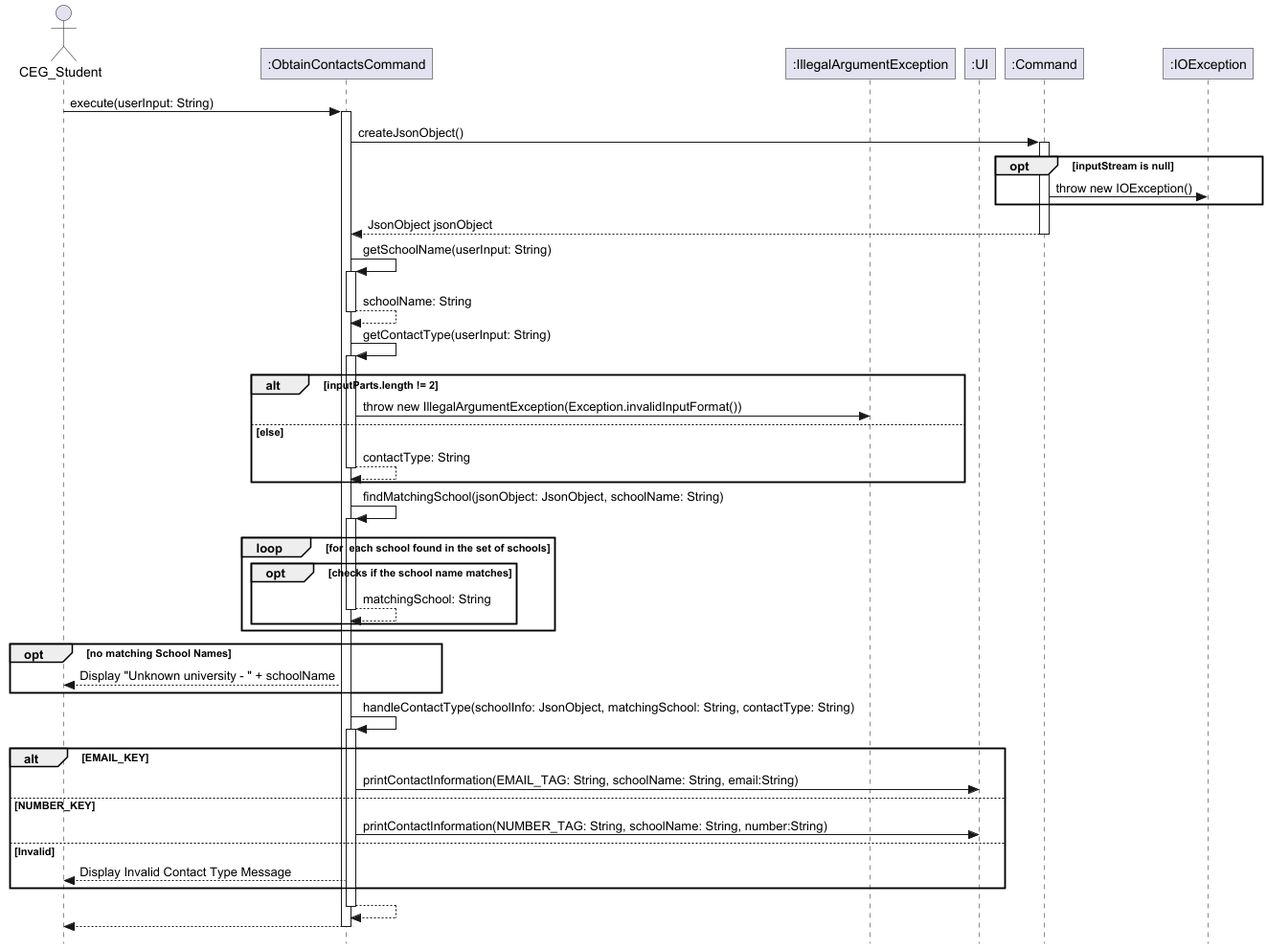
Earlier version of the PlantUML export docs/images/ObtainContactsCommand.png (nus-cs2113-AY2425S1/tp).
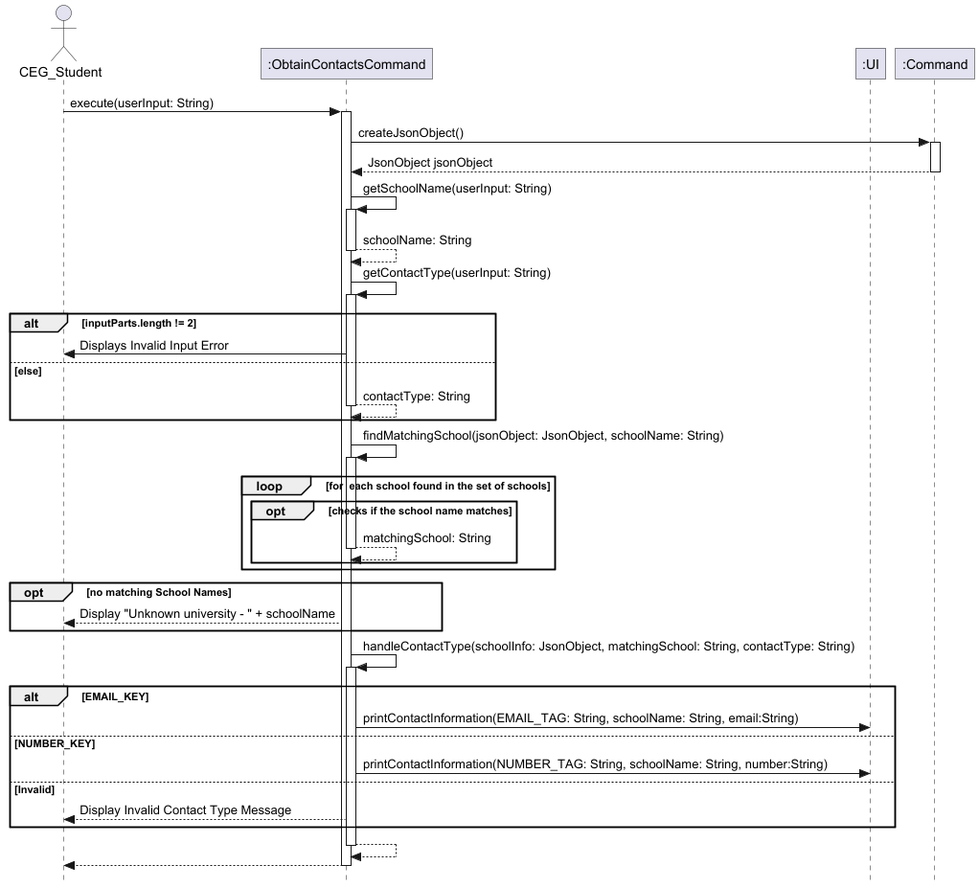
After the change.

Commit message:
Remove unwanted exception to match valid use case

What changed in the source:
```diff
@@ -5,20 +5,14 @@
 
 actor CEG_Student
 participant ":ObtainContactsCommand" as ObtainContactsCommand
-participant ":IllegalArgumentException" as IllegalArgumentException
 participant ":UI" as UI
 participant ":Command" as Command
-participant ":IOException" as IOException
 
 CEG_Student -> ObtainContactsCommand: execute(userInput: String)
 activate ObtainContactsCommand
 
 ObtainContactsCommand -> Command: createJsonObject()
 activate Command
-
-opt inputStream is null
-    Command -> IOException: throw new IOException()
-end
 
 Command --> ObtainContactsCommand: JsonObject jsonObject
 deactivate Command
@@ -31,7 +25,7 @@
 activate ObtainContactsCommand
 
 alt inputParts.length != 2
-    ObtainContactsCommand -> IllegalArgumentException: throw new IllegalArgumentException(Exception.invalidInputFormat())
+    ObtainContactsCommand -> CEG_Student: Displays Invalid Input Error
 else else
     return contactType: String
 end
```
